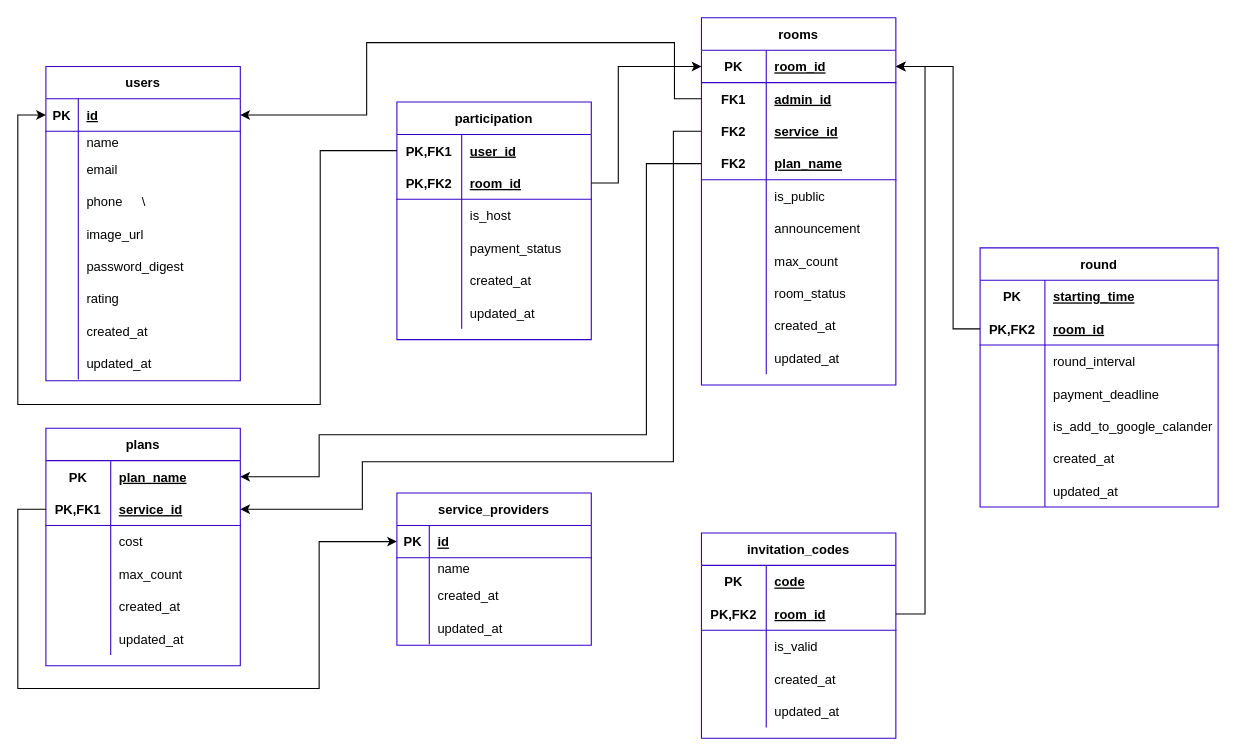
Before: db/schema/table.drawio in billsgates/salamander, a draw.io diagram. Source tidied: cells renumbered, new cells numbered last; positions are measured from the earlier drawing's top-left corner, leaving out a move shared by most shapes. Both pictures are drawn from the tidied source at 108%, with x=0, y=0 at pixel (17, 17).
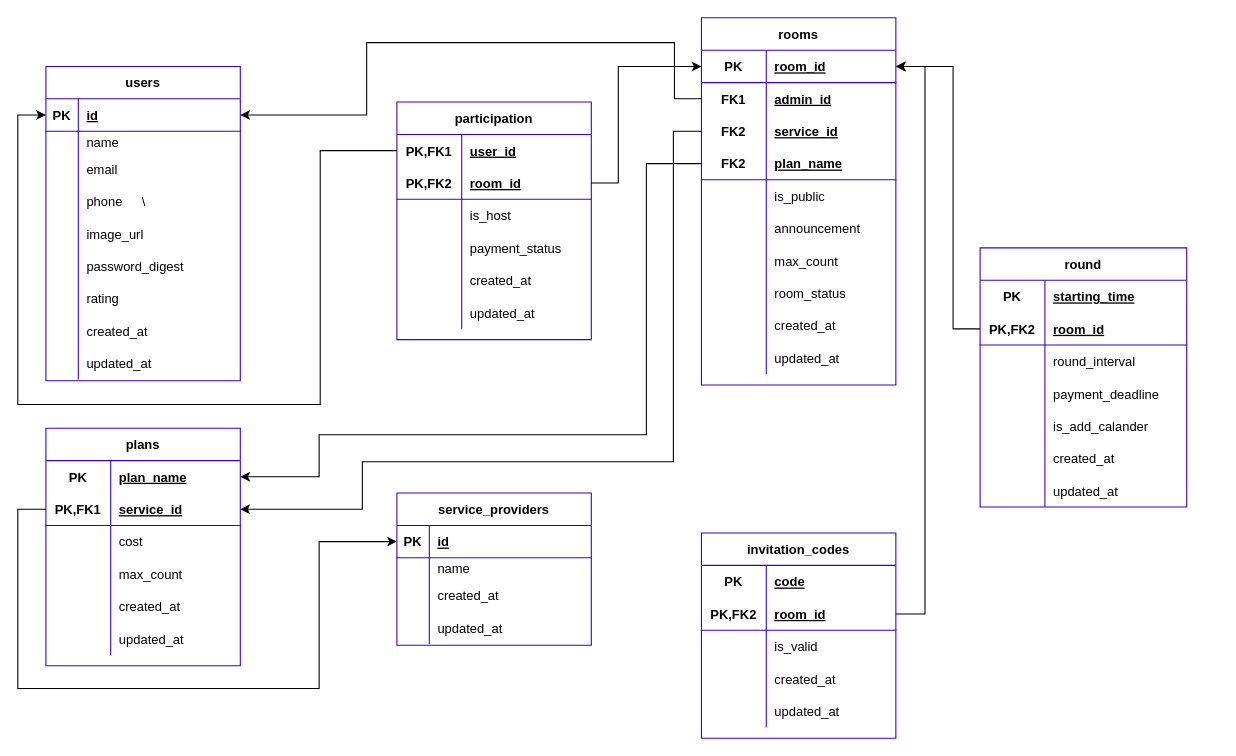
Above is the later version.

What changed in the source:
```diff
@@
     <mxCell id="137" value="round" style="shape=table;startSize=30;childLayout=tableLayout;rowLines=0;fontStyle=1;align=center;shadow=0;labelBackgroundColor=none;strokeColor=#3700CC;fontColor=#000000;fillColor=#FFFFFF;swimlaneFillColor=#ffffff;" parent="1" vertex="1">
-      <mxGeometry x="891" y="213" width="220.4" height="240" as="geometry" />
+      <mxGeometry x="891" y="213" width="191.3" height="240" as="geometry" />
     </mxCell>
     <mxCell id="138" style="shape=partialRectangle;fillColor=none;top=0;left=0;bottom=0;right=0;strokeColor=#3700CC;" parent="137" vertex="1">
-      <mxGeometry y="30" width="220.4" height="30" as="geometry" />
+      <mxGeometry y="30" width="191.3" height="30" as="geometry" />
     </mxCell>
@@
     <mxCell id="140" value="starting_time" style="shape=partialRectangle;fillColor=none;top=0;left=0;bottom=0;right=0;align=left;spacingLeft=6;fontStyle=5;overflow=hidden;fontColor=#000000;" parent="138" vertex="1">
-      <mxGeometry x="60" width="160.4" height="30" as="geometry" />
+      <mxGeometry x="60" width="131.3" height="30" as="geometry" />
     </mxCell>
     <mxCell id="141" style="shape=partialRectangle;fillColor=none;top=0;left=0;bottom=1;right=0;points=[[0,0.5],[1,0.5]];portConstraint=eastwest;strokeColor=#3700CC;" parent="137" vertex="1">
-      <mxGeometry y="60" width="220.4" height="30" as="geometry" />
+      <mxGeometry y="60" width="191.3" height="30" as="geometry" />
     </mxCell>
@@
     <mxCell id="143" value="room_id" style="shape=partialRectangle;fillColor=none;top=0;left=0;bottom=0;right=0;align=left;spacingLeft=6;fontStyle=5;overflow=hidden;fontColor=#000000;" parent="141" vertex="1">
-      <mxGeometry x="60" width="160.4" height="30" as="geometry" />
+      <mxGeometry x="60" width="131.3" height="30" as="geometry" />
     </mxCell>
     <mxCell id="144" style="shape=partialRectangle;fillColor=none;top=0;left=0;bottom=0;right=0;" parent="137" vertex="1">
-      <mxGeometry y="90" width="220.4" height="30" as="geometry" />
+      <mxGeometry y="90" width="191.3" height="30" as="geometry" />
     </mxCell>
@@
     <mxCell id="146" value="round_interval" style="shape=partialRectangle;fillColor=none;top=0;left=0;bottom=0;right=0;align=left;spacingLeft=6;overflow=hidden;fontColor=#000000;" parent="144" vertex="1">
-      <mxGeometry x="60" width="160.4" height="30" as="geometry" />
+      <mxGeometry x="60" width="131.3" height="30" as="geometry" />
     </mxCell>
     <mxCell id="147" style="shape=partialRectangle;fillColor=none;top=0;left=0;bottom=0;right=0;" parent="137" vertex="1">
-      <mxGeometry y="120" width="220.4" height="30" as="geometry" />
+      <mxGeometry y="120" width="191.3" height="30" as="geometry" />
     </mxCell>
@@
     <mxCell id="149" value="payment_deadline" style="shape=partialRectangle;fillColor=none;top=0;left=0;bottom=0;right=0;align=left;spacingLeft=6;overflow=hidden;fontColor=#000000;" parent="147" vertex="1">
-      <mxGeometry x="60" width="160.4" height="30" as="geometry" />
+      <mxGeometry x="60" width="131.3" height="30" as="geometry" />
     </mxCell>
     <mxCell id="150" style="shape=partialRectangle;fillColor=none;top=0;left=0;bottom=0;right=0;" parent="137" vertex="1">
-      <mxGeometry y="150" width="220.4" height="30" as="geometry" />
+      <mxGeometry y="150" width="191.3" height="30" as="geometry" />
     </mxCell>
@@
-    <mxCell id="152" value="is_add_to_google_calander" style="shape=partialRectangle;fillColor=none;top=0;left=0;bottom=0;right=0;align=left;spacingLeft=6;overflow=hidden;fontColor=#000000;" parent="150" vertex="1">
-      <mxGeometry x="60" width="160.4" height="30" as="geometry" />
+    <mxCell id="152" value="is_add_calander" style="shape=partialRectangle;fillColor=none;top=0;left=0;bottom=0;right=0;align=left;spacingLeft=6;overflow=hidden;fontColor=#000000;" parent="150" vertex="1">
+      <mxGeometry x="60" width="131.3" height="30" as="geometry" />
     </mxCell>
     <mxCell id="153" style="shape=partialRectangle;fillColor=none;top=0;left=0;bottom=0;right=0;" parent="137" vertex="1">
-      <mxGeometry y="180" width="220.4" height="30" as="geometry" />
+      <mxGeometry y="180" width="191.3" height="30" as="geometry" />
     </mxCell>
@@
     <mxCell id="155" value="created_at" style="shape=partialRectangle;fillColor=none;top=0;left=0;bottom=0;right=0;align=left;spacingLeft=6;overflow=hidden;fontColor=#000000;" parent="153" vertex="1">
-      <mxGeometry x="60" width="160.4" height="30" as="geometry" />
+      <mxGeometry x="60" width="131.3" height="30" as="geometry" />
     </mxCell>
     <mxCell id="156" style="shape=partialRectangle;fillColor=none;top=0;left=0;bottom=0;right=0;" parent="137" vertex="1">
-      <mxGeometry y="210" width="220.4" height="30" as="geometry" />
+      <mxGeometry y="210" width="191.3" height="30" as="geometry" />
     </mxCell>
@@
     <mxCell id="158" value="updated_at" style="shape=partialRectangle;fillColor=none;top=0;left=0;bottom=0;right=0;align=left;spacingLeft=6;overflow=hidden;fontColor=#000000;" parent="156" vertex="1">
-      <mxGeometry x="60" width="160.4" height="30" as="geometry" />
+      <mxGeometry x="60" width="131.3" height="30" as="geometry" />
     </mxCell>
```
